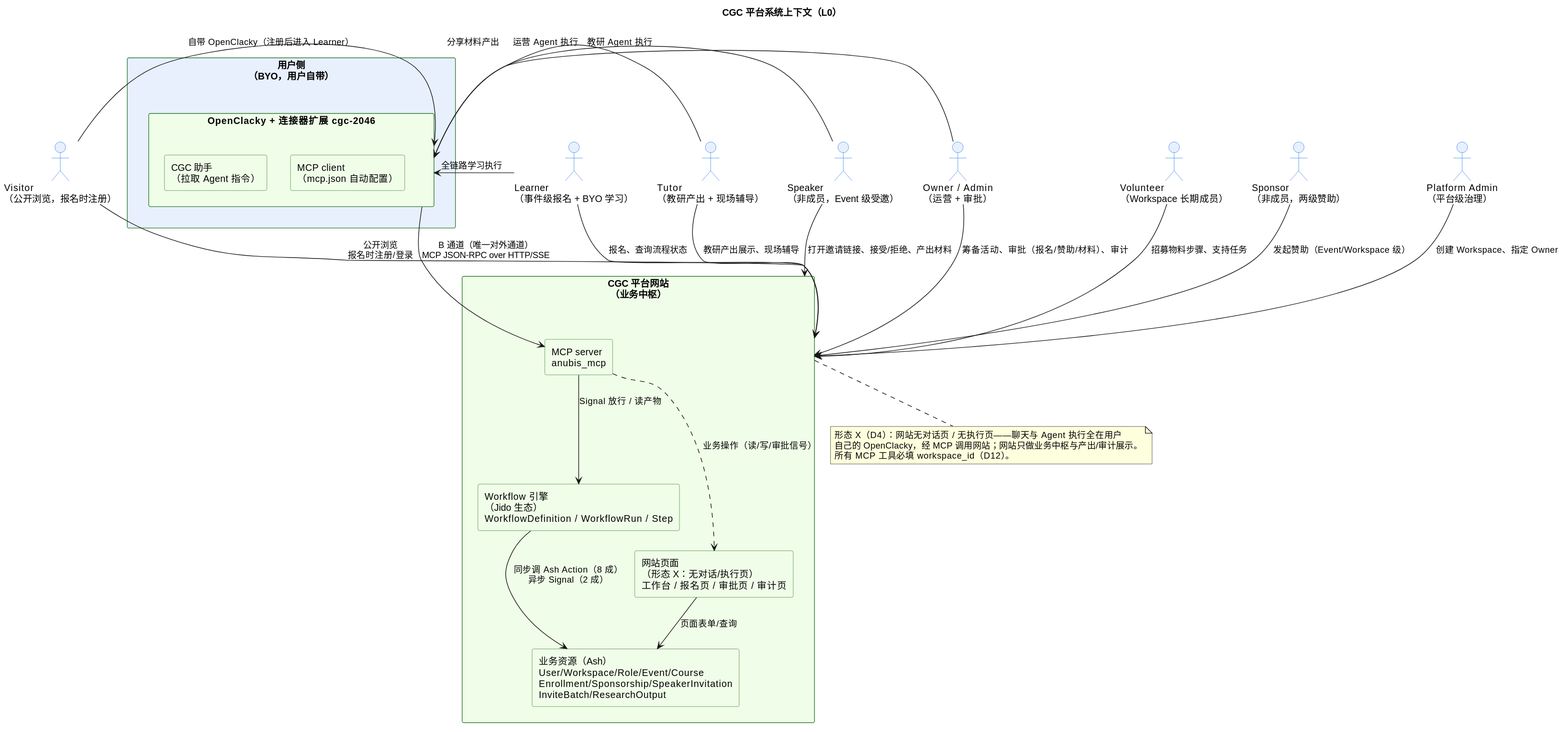
Before: docs/diagrams/system-context.svg, a diagram exported from PlantUML (CodingGirlsClub/cgc_2046). The source it was exported from:
```plantuml
@startuml
title CGC 平台系统上下文（L0）
skinparam backgroundColor white
skinparam rectangle {
    BackgroundColor #F0FDE8
    BorderColor #2E7D32
}
skinparam actor {
    BackgroundColor #E8F0FE
    BorderColor #1A73E8
}

actor "Visitor\n（公开浏览，报名时注册）" as V
actor "Learner\n（事件级报名 + BYO 学习）" as L
actor "Tutor\n（教研产出 + 现场辅导）" as T
actor "Volunteer\n（Workspace 长期成员）" as Vol
actor "Owner / Admin\n（运营 + 审批）" as O
actor "Sponsor\n（非成员，两级赞助）" as S
actor "Speaker\n（非成员，Event 级受邀）" as Sp
actor "Platform Admin\n（平台级治理）" as PA

rectangle "用户侧\n（BYO，用户自带）" as USERSIDE #E8F0FE {
    rectangle "OpenClacky + 连接器扩展 cgc-2046" as OC {
        rectangle "CGC 助手\n（拉取 Agent 指令）" as ASSIST
        rectangle "MCP client\n（mcp.json 自动配置）" as MCPC
    }
}

rectangle "CGC 平台网站\n（业务中枢）" as SITE {
    rectangle "MCP server\nanubis_mcp" as MCP
    rectangle "Workflow 引擎\n（Jido 生态）\nWorkflowDefinition / WorkflowRun / Step" as ENGINE
    rectangle "业务资源（Ash）\nUser/Workspace/Role/Event/Course\nEnrollment/Sponsorship/SpeakerInvitation\nInviteBatch/ResearchOutput" as BIZ
    rectangle "网站页面\n（形态 X：无对话/执行页）\n工作台 / 报名页 / 审批页 / 审计页" as WEB
}

V -down-> SITE : 公开浏览\n报名时注册/登录
L -down-> SITE : 报名、查询流程状态
T -down-> SITE : 教研产出展示、现场辅导
Vol -down-> SITE : 招募物料步骤、支持任务
O -down-> SITE : 筹备活动、审批（报名/赞助/材料）、审计
S -down-> SITE : 发起赞助（Event/Workspace 级）
Sp -down-> SITE : 打开邀请链接、接受/拒绝、产出材料
PA -down-> SITE : 创建 Workspace、指定 Owner

V -right-> OC : 自带 OpenClacky（注册后进入 Learner）
L -right-> OC : 全链路学习执行
T -right-> OC : 教研 Agent 执行
Sp -right-> OC : 分享材料产出
O -right-> OC : 运营 Agent 执行

OC -down-> MCP : B 通道（唯一对外通道）\nMCP JSON-RPC over HTTP/SSE
MCP -down-> ENGINE : Signal 放行 / 读产物
ENGINE -down-> BIZ : 同步调 Ash Action（8 成）\n异步 Signal（2 成）
MCP ..down-> WEB : 业务操作（读/写/审批信号）
WEB -down-> BIZ : 页面表单/查询

note bottom of SITE
  形态 X（D4）：网站无对话页 / 无执行页——聊天与 Agent 执行全在用户
  自己的 OpenClacky，经 MCP 调用网站；网站只做业务中枢与产出/审计展示。
  所有 MCP 工具必填 workspace_id（D12）。
end note
@enduml
```
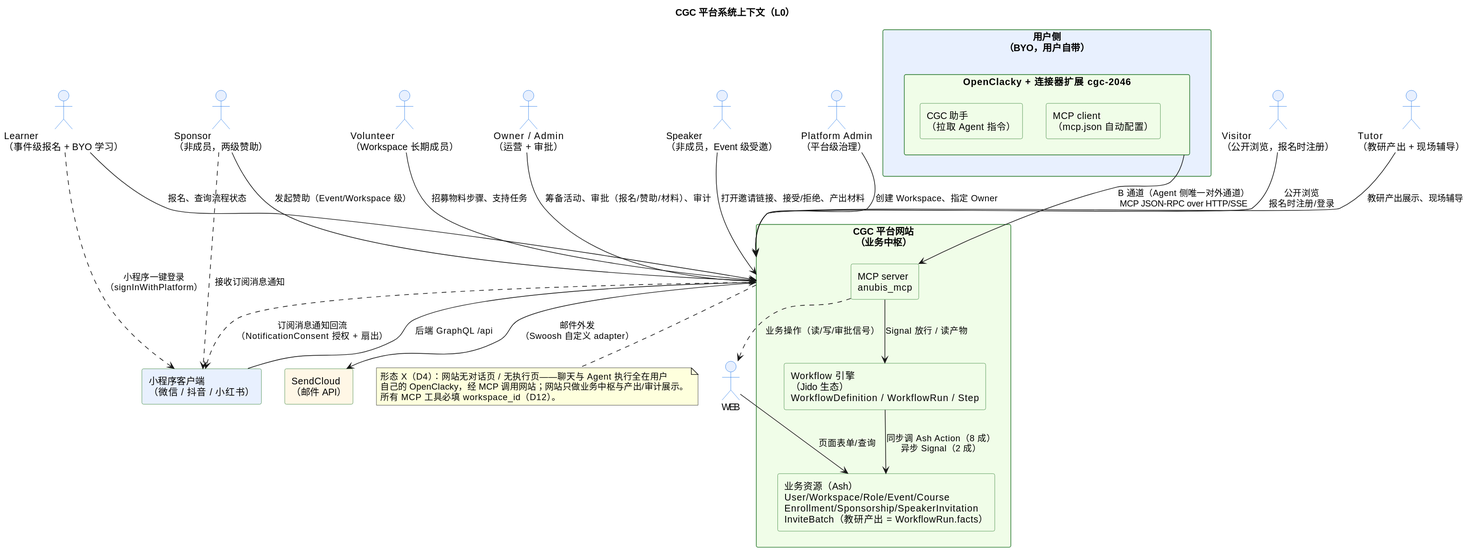
After the commit.

What changed in the source:
```diff
@@ -29,9 +29,11 @@
 rectangle "CGC 平台网站\n（业务中枢）" as SITE {
     rectangle "MCP server\nanubis_mcp" as MCP
     rectangle "Workflow 引擎\n（Jido 生态）\nWorkflowDefinition / WorkflowRun / Step" as ENGINE
-    rectangle "业务资源（Ash）\nUser/Workspace/Role/Event/Course\nEnrollment/Sponsorship/SpeakerInvitation\nInviteBatch/ResearchOutput" as BIZ
-    rectangle "网站页面\n（形态 X：无对话/执行页）\n工作台 / 报名页 / 审批页 / 审计页" as WEB
+    rectangle "业务资源（Ash）\nUser/Workspace/Role/Event/Course\nEnrollment/Sponsorship/SpeakerInvitation\nInviteBatch（教研产出 = WorkflowRun.facts）" as BIZ
 }
+
+rectangle "小程序客户端\n（微信 / 抖音 / 小红书）" as MP #E8F0FE
+rectangle "SendCloud\n（邮件 API）" as SENDCLOUD #FFF7E6
 
 V -down-> SITE : 公开浏览\n报名时注册/登录
 L -down-> SITE : 报名、查询流程状态
@@ -42,18 +44,18 @@
 Sp -down-> SITE : 打开邀请链接、接受/拒绝、产出材料
 PA -down-> SITE : 创建 Workspace、指定 Owner
 
-V -right-> OC : 自带 OpenClacky（注册后进入 Learner）
-L -right-> OC : 全链路学习执行
-T -right-> OC : 教研 Agent 执行
-Sp -right-> OC : 分享材料产出
-O -right-> OC : 运营 Agent 执行
+L ..down-> MP : 小程序一键登录\n（signInWithPlatform）
+S ..down-> MP : 接收订阅消息通知
 
-OC -down-> MCP : B 通道（唯一对外通道）\nMCP JSON-RPC over HTTP/SSE
+OC -down-> MCP : B 通道（Agent 侧唯一对外通道）\nMCP JSON-RPC over HTTP/SSE
 MCP -down-> ENGINE : Signal 放行 / 读产物
 ENGINE -down-> BIZ : 同步调 Ash Action（8 成）\n异步 Signal（2 成）
 MCP ..down-> WEB : 业务操作（读/写/审批信号）
 WEB -down-> BIZ : 页面表单/查询
 
+MP -down-> SITE : 后端 GraphQL /api
+SITE ..> MP : 订阅消息通知回流\n（NotificationConsent 授权 + 扇出）
+SITE -down-> SENDCLOUD : 邮件外发\n（Swoosh 自定义 adapter）
 note bottom of SITE
   形态 X（D4）：网站无对话页 / 无执行页——聊天与 Agent 执行全在用户
   自己的 OpenClacky，经 MCP 调用网站；网站只做业务中枢与产出/审计展示。
```
